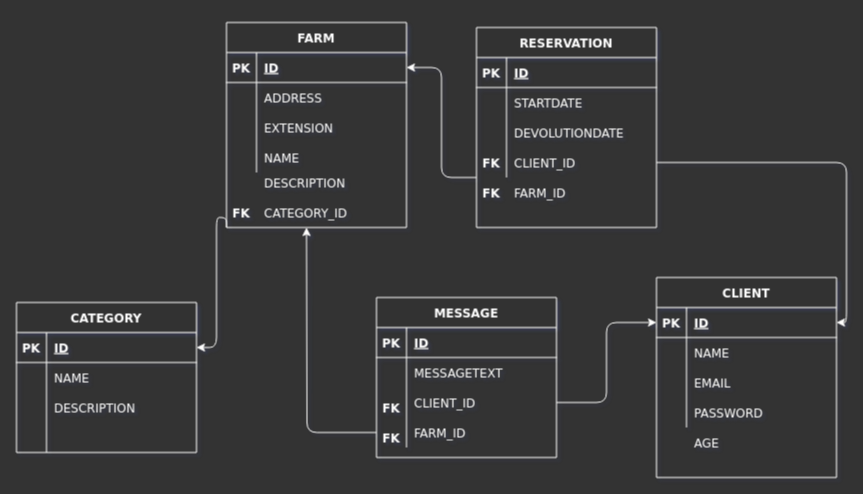
The draw.io diagram dataBase.drawio in Hollmanick/ProyectoGrupo7-G26, before the edit. Source tidied: cells renumbered, new cells numbered last; positions are measured from the earlier drawing's top-left corner, leaving out a move shared by most shapes. Both pictures are drawn from the tidied source at 100%, with x=0, y=0 at pixel (16, 22).
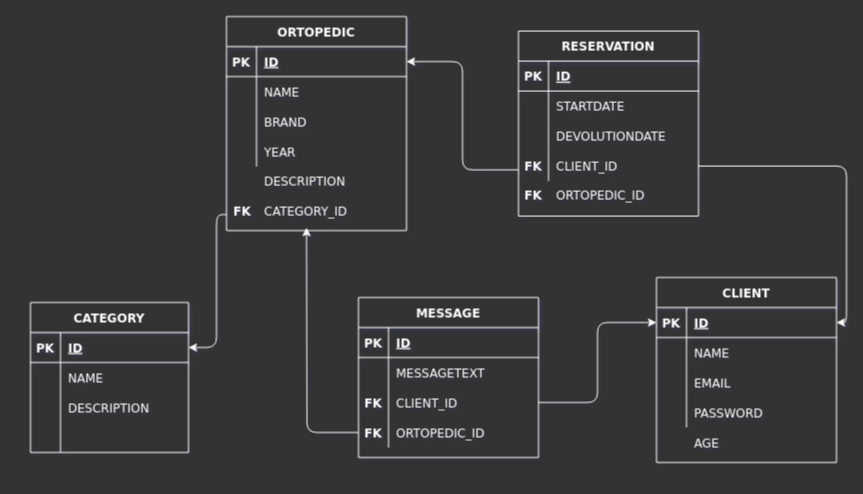
The same diagram, later.

Unchanged cells that the change refers to:
```xml
<mxCell id="20" style="shape=partialRectangle;top=0;left=0;bottom=0;right=0;shadow=0;fillColor=none;strokeColor=#FFFFFF;fontColor=#FFFFFF;labelBackgroundColor=none;labelBorderColor=none;fontFamily=Verdana;" parent="16" vertex="1">
  <mxGeometry y="60" width="180" height="30" as="geometry" />
</mxCell>
<mxCell id="23" style="shape=partialRectangle;top=0;left=0;bottom=0;right=0;shadow=0;fillColor=none;strokeColor=#FFFFFF;fontColor=#FFFFFF;labelBackgroundColor=none;labelBorderColor=none;fontFamily=Verdana;" parent="16" vertex="1">
  <mxGeometry y="90" width="180" height="30" as="geometry" />
</mxCell>
<mxCell id="26" style="shape=partialRectangle;top=0;left=0;bottom=0;right=0;shadow=0;fillColor=none;strokeColor=#FFFFFF;fontColor=#FFFFFF;labelBackgroundColor=none;labelBorderColor=none;fontFamily=Verdana;" parent="16" vertex="1">
  <mxGeometry y="120" width="180" height="30" as="geometry" />
</mxCell>
<mxCell id="53" style="shape=partialRectangle;top=0;left=0;bottom=0;right=0;points=[[0,0.5],[1,0.5]];portConstraint=eastwest;shadow=0;fillColor=none;strokeColor=#FFFFFF;fontColor=#FFFFFF;labelBackgroundColor=none;labelBorderColor=none;fontFamily=Verdana;" parent="43" vertex="1">
  <mxGeometry y="120" width="180" height="30" as="geometry" />
</mxCell>
```

What changed in the source:
```diff
@@
     <mxCell id="2" value="CATEGORY" style="shape=table;startSize=30;childLayout=tableLayout;rowLines=0;fontStyle=1;align=center;shadow=0;fillColor=#333333;strokeColor=#FFFFFF;fontColor=#FFFFFF;labelBackgroundColor=none;labelBorderColor=none;fontFamily=Verdana;" parent="1" vertex="1">
-      <mxGeometry y="280" width="180" height="150" as="geometry" />
+      <mxGeometry x="14" y="280" width="158" height="150" as="geometry" />
     </mxCell>
     <mxCell id="3" style="shape=partialRectangle;top=0;left=0;bottom=1;right=0;points=[[0,0.5],[1,0.5]];portConstraint=eastwest;shadow=0;fillColor=none;strokeColor=#FFFFFF;fontColor=#FFFFFF;labelBackgroundColor=none;labelBorderColor=none;fontFamily=Verdana;" parent="2" vertex="1">
-      <mxGeometry y="30" width="180" height="30" as="geometry" />
+      <mxGeometry y="30" width="158" height="30" as="geometry" />
     </mxCell>
@@
     <mxCell id="5" value="ID" style="shape=partialRectangle;top=0;left=0;bottom=0;right=0;align=left;spacingLeft=6;fontStyle=5;overflow=hidden;shadow=0;fillColor=none;strokeColor=#FFFFFF;fontColor=#FFFFFF;labelBackgroundColor=none;labelBorderColor=none;fontFamily=Verdana;" parent="3" vertex="1">
-      <mxGeometry x="30" width="150" height="30" as="geometry" />
+      <mxGeometry x="30" width="128" height="30" as="geometry" />
     </mxCell>
     <mxCell id="6" style="shape=partialRectangle;top=0;left=0;bottom=0;right=0;shadow=0;fillColor=none;strokeColor=#FFFFFF;fontColor=#FFFFFF;labelBackgroundColor=none;labelBorderColor=none;fontFamily=Verdana;" parent="2" vertex="1">
-      <mxGeometry y="60" width="180" height="30" as="geometry" />
+      <mxGeometry y="60" width="158" height="30" as="geometry" />
     </mxCell>
@@
     <mxCell id="8" value="NAME" style="shape=partialRectangle;top=0;left=0;bottom=0;right=0;align=left;spacingLeft=6;overflow=hidden;shadow=0;fillColor=none;strokeColor=#FFFFFF;fontColor=#FFFFFF;labelBackgroundColor=none;labelBorderColor=none;fontFamily=Verdana;" parent="6" vertex="1">
-      <mxGeometry x="30" width="150" height="30" as="geometry" />
+      <mxGeometry x="30" width="128" height="30" as="geometry" />
     </mxCell>
     <mxCell id="9" style="shape=partialRectangle;top=0;left=0;bottom=0;right=0;shadow=0;fillColor=none;strokeColor=#FFFFFF;fontColor=#FFFFFF;labelBackgroundColor=none;labelBorderColor=none;fontFamily=Verdana;" parent="2" vertex="1">
-      <mxGeometry y="90" width="180" height="30" as="geometry" />
+      <mxGeometry y="90" width="158" height="30" as="geometry" />
     </mxCell>
@@
     <mxCell id="11" value="DESCRIPTION" style="shape=partialRectangle;top=0;left=0;bottom=0;right=0;align=left;spacingLeft=6;overflow=hidden;shadow=0;fillColor=none;strokeColor=#FFFFFF;fontColor=#FFFFFF;labelBackgroundColor=none;labelBorderColor=none;fontFamily=Verdana;" parent="9" vertex="1">
-      <mxGeometry x="30" width="150" height="30" as="geometry" />
+      <mxGeometry x="30" width="128" height="30" as="geometry" />
     </mxCell>
     <mxCell id="12" style="shape=partialRectangle;top=0;left=0;bottom=0;right=0;shadow=0;fillColor=none;strokeColor=#FFFFFF;fontColor=#FFFFFF;labelBackgroundColor=none;labelBorderColor=none;fontFamily=Verdana;" parent="2" vertex="1">
-      <mxGeometry y="120" width="180" height="30" as="geometry" />
+      <mxGeometry y="120" width="158" height="30" as="geometry" />
     </mxCell>
@@
     <mxCell id="14" style="shape=partialRectangle;top=0;left=0;bottom=0;right=0;align=left;spacingLeft=6;overflow=hidden;shadow=0;fillColor=none;strokeColor=#FFFFFF;fontColor=#FFFFFF;labelBackgroundColor=none;labelBorderColor=none;fontFamily=Verdana;" parent="12" vertex="1">
-      <mxGeometry x="30" width="150" height="30" as="geometry" />
+      <mxGeometry x="30" width="128" height="30" as="geometry" />
     </mxCell>
-    <mxCell id="15" style="edgeStyle=orthogonalEdgeStyle;html=1;exitX=0;exitY=1;exitDx=0;exitDy=0;entryX=1;entryY=0.5;entryDx=0;entryDy=0;fontColor=#FFFFFF;shadow=0;fillColor=none;strokeColor=#FFFFFF;labelBackgroundColor=none;labelBorderColor=none;fontFamily=Verdana;" parent="1" edge="1" source="16" target="3">
+    <mxCell id="15" style="edgeStyle=orthogonalEdgeStyle;html=1;entryX=1;entryY=0.5;entryDx=0;entryDy=0;fontColor=#FFFFFF;shadow=0;fillColor=none;strokeColor=#FFFFFF;labelBackgroundColor=none;labelBorderColor=none;fontFamily=Verdana;" parent="1" edge="1" target="3">
       <mxGeometry relative="1" as="geometry">
+        <mxPoint x="210" y="192" as="sourcePoint" />
         <Array as="points">
-          <mxPoint x="210" y="195" />
-          <mxPoint x="200" y="195" />
+          <mxPoint x="200" y="192" />
+          <mxPoint x="200" y="325" />
         </Array>
       </mxGeometry>
     </mxCell>
-    <mxCell id="16" value="FARM" style="shape=table;startSize=30;childLayout=tableLayout;rowLines=0;fontStyle=1;align=center;shadow=0;fillColor=#333333;strokeColor=#FFFFFF;fontColor=#FFFFFF;labelBackgroundColor=none;labelBorderColor=none;fontFamily=Verdana;" parent="1" vertex="1">
-      <mxGeometry x="210" width="180" height="205" as="geometry" />
+    <mxCell id="16" value="ORTOPEDIC" style="shape=table;startSize=30;childLayout=tableLayout;rowLines=0;fontStyle=1;align=center;shadow=0;fillColor=#333333;strokeColor=#FFFFFF;fontColor=#FFFFFF;labelBackgroundColor=none;labelBorderColor=none;fontFamily=Verdana;" parent="1" vertex="1">
+      <mxGeometry x="210" y="-6" width="180" height="214" as="geometry" />
     </mxCell>
@@
-    <mxCell id="22" value="ADDRESS" style="shape=partialRectangle;top=0;left=0;bottom=0;right=0;align=left;spacingLeft=6;overflow=hidden;shadow=0;fillColor=none;strokeColor=#FFFFFF;fontColor=#FFFFFF;labelBackgroundColor=none;labelBorderColor=none;fontFamily=Verdana;" parent="20" vertex="1">
+    <mxCell id="22" value="NAME" style="shape=partialRectangle;top=0;left=0;bottom=0;right=0;align=left;spacingLeft=6;overflow=hidden;shadow=0;fillColor=none;strokeColor=#FFFFFF;fontColor=#FFFFFF;labelBackgroundColor=none;labelBorderColor=none;fontFamily=Verdana;" parent="20" vertex="1">
       <mxGeometry x="30" width="150" height="30" as="geometry" />
     </mxCell>
@@
-    <mxCell id="25" value="EXTENSION" style="shape=partialRectangle;top=0;left=0;bottom=0;right=0;align=left;spacingLeft=6;overflow=hidden;shadow=0;fillColor=none;strokeColor=#FFFFFF;fontColor=#FFFFFF;labelBackgroundColor=none;labelBorderColor=none;fontFamily=Verdana;" parent="23" vertex="1">
+    <mxCell id="25" value="BRAND" style="shape=partialRectangle;top=0;left=0;bottom=0;right=0;align=left;spacingLeft=6;overflow=hidden;shadow=0;fillColor=none;strokeColor=#FFFFFF;fontColor=#FFFFFF;labelBackgroundColor=none;labelBorderColor=none;fontFamily=Verdana;" parent="23" vertex="1">
       <mxGeometry x="30" width="150" height="30" as="geometry" />
     </mxCell>
@@
-    <mxCell id="28" value="NAME" style="shape=partialRectangle;top=0;left=0;bottom=0;right=0;align=left;spacingLeft=6;overflow=hidden;shadow=0;fillColor=none;strokeColor=#FFFFFF;fontColor=#FFFFFF;labelBackgroundColor=none;labelBorderColor=none;fontFamily=Verdana;" parent="26" vertex="1">
+    <mxCell id="28" value="YEAR" style="shape=partialRectangle;top=0;left=0;bottom=0;right=0;align=left;spacingLeft=6;overflow=hidden;shadow=0;fillColor=none;strokeColor=#FFFFFF;fontColor=#FFFFFF;labelBackgroundColor=none;labelBorderColor=none;fontFamily=Verdana;" parent="26" vertex="1">
       <mxGeometry x="30" width="150" height="30" as="geometry" />
     </mxCell>
@@
     <mxCell id="30" value="RESERVATION" style="shape=table;startSize=30;childLayout=tableLayout;rowLines=0;fontStyle=1;align=center;shadow=0;fillColor=#333333;strokeColor=#FFFFFF;fontColor=#FFFFFF;labelBackgroundColor=none;labelBorderColor=none;fontFamily=Verdana;" parent="1" vertex="1">
-      <mxGeometry x="460" y="5" width="180" height="200" as="geometry" />
+      <mxGeometry x="502" y="8.5" width="180" height="185" as="geometry" />
     </mxCell>
@@
     <mxCell id="43" value="MESSAGE" style="shape=table;startSize=30;childLayout=tableLayout;rowLines=0;fontStyle=1;align=center;shadow=0;fillColor=#333333;strokeColor=#FFFFFF;fontColor=#FFFFFF;labelBackgroundColor=none;labelBorderColor=none;fontFamily=Verdana;" parent="1" vertex="1">
-      <mxGeometry x="360" y="275" width="180" height="160" as="geometry" />
+      <mxGeometry x="342" y="275" width="180" height="160" as="geometry" />
     </mxCell>
@@
-    <mxCell id="55" value="FARM_ID" style="shape=partialRectangle;top=0;left=0;bottom=0;right=0;align=left;spacingLeft=6;overflow=hidden;shadow=0;fillColor=none;strokeColor=#FFFFFF;fontColor=#FFFFFF;labelBackgroundColor=none;labelBorderColor=none;fontFamily=Verdana;" parent="53" vertex="1">
+    <mxCell id="55" value="ORTOPEDIC_ID" style="shape=partialRectangle;top=0;left=0;bottom=0;right=0;align=left;spacingLeft=6;overflow=hidden;shadow=0;fillColor=none;strokeColor=#FFFFFF;fontColor=#FFFFFF;labelBackgroundColor=none;labelBorderColor=none;fontFamily=Verdana;" parent="53" vertex="1">
       <mxGeometry x="30" width="150" height="30" as="geometry" />
     </mxCell>
     <mxCell id="56" value="CLIENT" style="shape=table;startSize=30;childLayout=tableLayout;rowLines=0;fontStyle=1;align=center;shadow=0;fillColor=#333333;strokeColor=#FFFFFF;fontColor=#FFFFFF;labelBackgroundColor=none;labelBorderColor=none;fontFamily=Verdana;" parent="1" vertex="1">
-      <mxGeometry x="640" y="255" width="180" height="200" as="geometry" />
+      <mxGeometry x="640" y="255" width="180" height="185" as="geometry" />
     </mxCell>
@@
     <mxCell id="69" value="DESCRIPTION" style="shape=partialRectangle;top=0;left=0;bottom=0;right=0;align=left;spacingLeft=6;overflow=hidden;shadow=0;fillColor=none;strokeColor=#FFFFFF;fontColor=#FFFFFF;labelBackgroundColor=none;labelBorderColor=none;fontFamily=Verdana;" parent="1" vertex="1">
-      <mxGeometry x="240" y="145" width="150" height="30" as="geometry" />
+      <mxGeometry x="240" y="143" width="150" height="30" as="geometry" />
     </mxCell>
     <mxCell id="70" value="CATEGORY_ID" style="shape=partialRectangle;top=0;left=0;bottom=0;right=0;align=left;spacingLeft=6;overflow=hidden;shadow=0;fillColor=none;strokeColor=#FFFFFF;fontColor=#FFFFFF;labelBackgroundColor=none;labelBorderColor=none;fontFamily=Verdana;" parent="1" vertex="1">
-      <mxGeometry x="240" y="175" width="150" height="30" as="geometry" />
+      <mxGeometry x="240" y="173" width="150" height="30" as="geometry" />
     </mxCell>
@@
-    <mxCell id="73" value="FARM_ID" style="shape=partialRectangle;top=0;left=0;bottom=0;right=0;align=left;spacingLeft=6;overflow=hidden;shadow=0;fillColor=none;strokeColor=#FFFFFF;fontColor=#FFFFFF;labelBackgroundColor=none;labelBorderColor=none;fontFamily=Verdana;" parent="1" vertex="1">
-      <mxGeometry x="490" y="155" width="150" height="30" as="geometry" />
+    <mxCell id="73" value="ORTOPEDIC_ID" style="shape=partialRectangle;top=0;left=0;bottom=0;right=0;align=left;spacingLeft=6;overflow=hidden;shadow=0;fillColor=none;strokeColor=#FFFFFF;fontColor=#FFFFFF;labelBackgroundColor=none;labelBorderColor=none;fontFamily=Verdana;" parent="1" vertex="1">
+      <mxGeometry x="532" y="157.5" width="150" height="30" as="geometry" />
     </mxCell>
@@
     <mxCell id="76" value="FK" style="shape=partialRectangle;top=0;left=0;bottom=0;right=0;fontStyle=1;overflow=hidden;shadow=0;fillColor=none;strokeColor=#FFFFFF;fontColor=#FFFFFF;labelBackgroundColor=none;labelBorderColor=none;fontFamily=Verdana;" parent="1" vertex="1">
-      <mxGeometry x="210" y="175" width="30" height="30" as="geometry" />
+      <mxGeometry x="211" y="173" width="30" height="30" as="geometry" />
     </mxCell>
     <mxCell id="77" value="FK" style="shape=partialRectangle;top=0;left=0;bottom=0;right=0;fontStyle=1;overflow=hidden;shadow=0;fillColor=none;strokeColor=#FFFFFF;fontColor=#FFFFFF;labelBackgroundColor=none;labelBorderColor=none;fontFamily=Verdana;" parent="1" vertex="1">
-      <mxGeometry x="460" y="125" width="30" height="30" as="geometry" />
+      <mxGeometry x="502" y="128.5" width="30" height="30" as="geometry" />
     </mxCell>
     <mxCell id="78" value="FK" style="shape=partialRectangle;top=0;left=0;bottom=0;right=0;fontStyle=1;overflow=hidden;shadow=0;fillColor=none;strokeColor=#FFFFFF;fontColor=#FFFFFF;labelBackgroundColor=none;labelBorderColor=none;fontFamily=Verdana;" parent="1" vertex="1">
-      <mxGeometry x="460" y="155" width="30" height="30" as="geometry" />
+      <mxGeometry x="502" y="157.5" width="30" height="30" as="geometry" />
     </mxCell>
     <mxCell id="79" value="FK" style="shape=partialRectangle;top=0;left=0;bottom=0;right=0;fontStyle=1;overflow=hidden;shadow=0;fillColor=none;strokeColor=#FFFFFF;fontColor=#FFFFFF;labelBackgroundColor=none;labelBorderColor=none;fontFamily=Verdana;" parent="1" vertex="1">
-      <mxGeometry x="360" y="370" width="30" height="30" as="geometry" />
+      <mxGeometry x="342" y="365" width="30" height="30" as="geometry" />
     </mxCell>
     <mxCell id="80" value="FK" style="shape=partialRectangle;top=0;left=0;bottom=0;right=0;fontStyle=1;overflow=hidden;shadow=0;fillColor=none;strokeColor=#FFFFFF;fontColor=#FFFFFF;labelBackgroundColor=none;labelBorderColor=none;fontFamily=Verdana;" parent="1" vertex="1">
-      <mxGeometry x="360" y="400" width="30" height="30" as="geometry" />
+      <mxGeometry x="342" y="395" width="30" height="30" as="geometry" />
     </mxCell>
```
